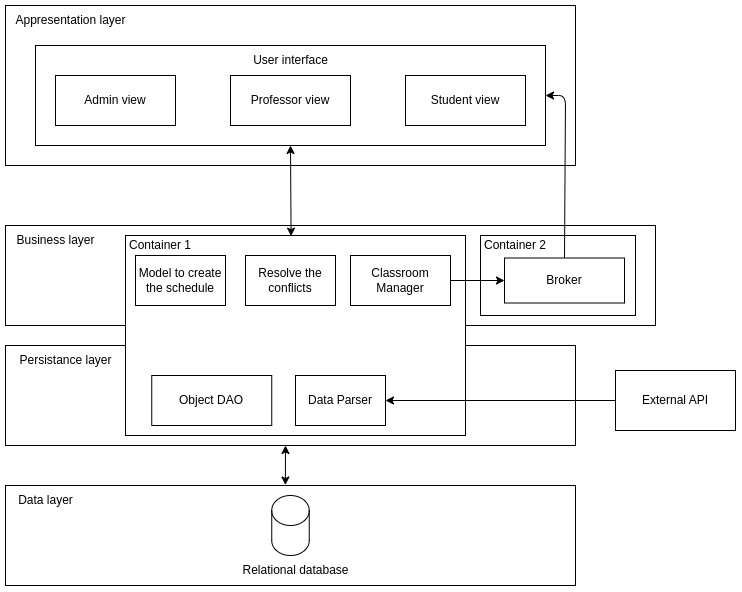
ClassManager-PEI/ClassManager-microsite keeps this draw.io diagram as public/highlevelarq.png. Above is the earlier version. Source tidied: cells renumbered, new cells last; positions are measured from the earlier drawing's top-left corner, leaving out a move shared by most shapes.
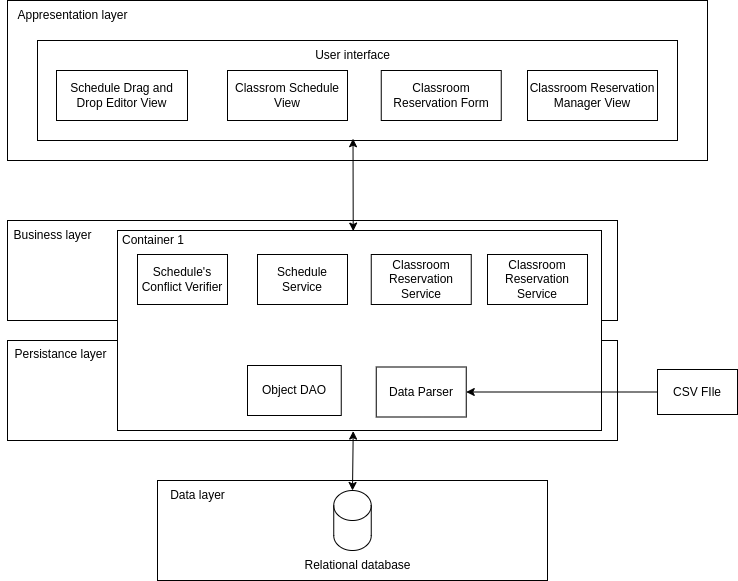
Above is the later version.

Diff of the diagram source:
```diff
@@ -1,72 +1,69 @@
-<mxGraphModel background="#ffffff">
+<mxGraphModel>
   <root>
     <mxCell id="0" />
     <mxCell id="1" parent="0" />
     <mxCell id="2" style="rounded=0;whiteSpace=wrap;html=1;" parent="1" vertex="1">
-      <mxGeometry y="220" width="650" height="100" as="geometry" />
+      <mxGeometry x="-60" y="220" width="610" height="100" as="geometry" />
     </mxCell>
-    <mxCell id="3" style="rounded=0;whiteSpace=wrap;html=1;" parent="1" vertex="1">
-      <mxGeometry x="475" y="230" width="155" height="80" as="geometry" />
-    </mxCell>
     <mxCell id="4" style="rounded=0;whiteSpace=wrap;html=1;" parent="1" vertex="1">
-      <mxGeometry y="340" width="570" height="100" as="geometry" />
+      <mxGeometry x="-60" y="340" width="610" height="100" as="geometry" />
     </mxCell>
     <mxCell id="5" style="rounded=0;whiteSpace=wrap;html=1;" parent="1" vertex="1">
-      <mxGeometry x="120" y="230" width="340" height="200" as="geometry" />
+      <mxGeometry x="50" y="230" width="484" height="200" as="geometry" />
     </mxCell>
     <mxCell id="6" style="rounded=0;whiteSpace=wrap;html=1;" parent="1" vertex="1">
-      <mxGeometry width="570" height="160" as="geometry" />
+      <mxGeometry x="-60" width="700" height="160" as="geometry" />
     </mxCell>
     <mxCell id="7" style="rounded=0;whiteSpace=wrap;html=1;" parent="1" vertex="1">
-      <mxGeometry y="480" width="570" height="100" as="geometry" />
+      <mxGeometry x="90" y="480" width="390" height="100" as="geometry" />
     </mxCell>
     <mxCell id="8" value="Appresentation layer" style="text;html=1;align=center;verticalAlign=middle;strokeColor=none;fillColor=none;" parent="1" vertex="1">
-      <mxGeometry width="130" height="30" as="geometry" />
+      <mxGeometry x="-60" width="130" height="30" as="geometry" />
     </mxCell>
     <mxCell id="9" value="Business layer" style="text;html=1;align=center;verticalAlign=middle;strokeColor=none;fillColor=none;" parent="1" vertex="1">
-      <mxGeometry y="220" width="100" height="30" as="geometry" />
+      <mxGeometry x="-65" y="220" width="100" height="30" as="geometry" />
     </mxCell>
     <mxCell id="10" value="Data layer" style="text;html=1;align=center;verticalAlign=middle;strokeColor=none;fillColor=none;" parent="1" vertex="1">
-      <mxGeometry y="480" width="80" height="30" as="geometry" />
+      <mxGeometry x="90" y="480" width="80" height="30" as="geometry" />
     </mxCell>
     <mxCell id="11" value="Persistance layer" style="text;html=1;align=center;verticalAlign=middle;strokeColor=none;fillColor=none;" parent="1" vertex="1">
-      <mxGeometry y="340" width="120" height="30" as="geometry" />
+      <mxGeometry x="-67" y="339" width="120" height="30" as="geometry" />
     </mxCell>
     <mxCell id="12" style="rounded=0;whiteSpace=wrap;html=1;" parent="1" vertex="1">
-      <mxGeometry x="30" y="40" width="510" height="100" as="geometry" />
+      <mxGeometry x="-30" y="40" width="640" height="100" as="geometry" />
     </mxCell>
     <mxCell id="13" value="User interface" style="text;html=1;align=center;verticalAlign=middle;strokeColor=none;fillColor=none;" parent="1" vertex="1">
       <mxGeometry x="235" y="40" width="100" height="30" as="geometry" />
     </mxCell>
-    <mxCell id="14" value="Model to create the schedule" style="rounded=0;whiteSpace=wrap;html=1;" parent="1" vertex="1">
-      <mxGeometry x="130" y="250" width="90" height="50" as="geometry" />
+    <mxCell id="14" value="Schedule's Conflict Verifier" style="rounded=0;whiteSpace=wrap;html=1;" parent="1" vertex="1">
+      <mxGeometry x="70" y="254" width="90" height="50" as="geometry" />
     </mxCell>
-    <mxCell id="15" value="Admin view" style="rounded=0;whiteSpace=wrap;html=1;" parent="1" vertex="1">
-      <mxGeometry x="50" y="70" width="120" height="50" as="geometry" />
+    <mxCell id="15" value="Schedule Drag and Drop Editor View" style="rounded=0;whiteSpace=wrap;html=1;" parent="1" vertex="1">
+      <mxGeometry x="-11" y="70" width="131" height="50" as="geometry" />
     </mxCell>
-    <mxCell id="16" value="Professor view" style="rounded=0;whiteSpace=wrap;html=1;" parent="1" vertex="1">
-      <mxGeometry x="225" y="70" width="120" height="50" as="geometry" />
+    <mxCell id="16" value="&lt;span style=&quot;color: rgb(0, 0, 0);&quot;&gt;Classrom Schedule View&lt;/span&gt;" style="rounded=0;whiteSpace=wrap;html=1;" parent="1" vertex="1">
+      <mxGeometry x="160" y="70" width="120" height="50" as="geometry" />
     </mxCell>
-    <mxCell id="17" value="Student view" style="rounded=0;whiteSpace=wrap;html=1;" parent="1" vertex="1">
-      <mxGeometry x="400" y="70" width="120" height="50" as="geometry" />
+    <mxCell id="17" value="Classroom Reservation Form" style="rounded=0;whiteSpace=wrap;html=1;" parent="1" vertex="1">
+      <mxGeometry x="313.8" y="70" width="120" height="50" as="geometry" />
     </mxCell>
-    <mxCell id="18" value="Classroom Manager" style="rounded=0;whiteSpace=wrap;html=1;" parent="1" vertex="1">
-      <mxGeometry x="345" y="250" width="100" height="50" as="geometry" />
+    <mxCell id="18" value="Classroom Reservation Service" style="rounded=0;whiteSpace=wrap;html=1;" parent="1" vertex="1">
+      <mxGeometry x="303.8" y="254" width="100" height="50" as="geometry" />
     </mxCell>
-    <mxCell id="19" value="Resolve the conflicts" style="rounded=0;whiteSpace=wrap;html=1;" parent="1" vertex="1">
-      <mxGeometry x="240" y="250" width="90" height="50" as="geometry" />
+    <mxCell id="19" value="Schedule Service" style="rounded=0;whiteSpace=wrap;html=1;" parent="1" vertex="1">
+      <mxGeometry x="190" y="254" width="90" height="50" as="geometry" />
     </mxCell>
     <mxCell id="20" value="Data Parser" style="rounded=0;whiteSpace=wrap;html=1;" parent="1" vertex="1">
-      <mxGeometry x="290" y="370" width="90" height="50" as="geometry" />
+      <mxGeometry x="308.8" y="366.5" width="90" height="50" as="geometry" />
     </mxCell>
-    <mxCell id="21" value="External API" style="rounded=0;whiteSpace=wrap;html=1;" parent="1" vertex="1">
-      <mxGeometry x="610" y="365" width="120" height="60" as="geometry" />
+    <mxCell id="21" value="CSV FIle" style="rounded=0;whiteSpace=wrap;html=1;" parent="1" vertex="1">
+      <mxGeometry x="590" y="369" width="80" height="45" as="geometry" />
     </mxCell>
     <mxCell id="22" style="endArrow=classic;html=1;rounded=0;exitX=0;exitY=0.5;exitDx=0;exitDy=0;entryX=1;entryY=0.5;entryDx=0;entryDy=0;" parent="1" edge="1" source="21" target="20">
       <mxGeometry relative="1" as="geometry" />
     </mxCell>
     <mxCell id="23" value="Object DAO" style="rounded=0;whiteSpace=wrap;html=1;" parent="1" vertex="1">
-      <mxGeometry x="146.2" y="370" width="120" height="50" as="geometry" />
+      <mxGeometry x="180" y="365" width="93.8" height="50" as="geometry" />
     </mxCell>
     <mxCell id="24" style="shape=cylinder3;whiteSpace=wrap;html=1;boundedLbl=1;backgroundOutline=1;size=15;" parent="1" vertex="1">
       <mxGeometry x="266.2" y="490" width="37.5" height="60" as="geometry" />
@@ -74,32 +71,20 @@
     <mxCell id="25" value="Relational database" style="text;html=1;align=center;verticalAlign=middle;strokeColor=none;fillColor=none;" parent="1" vertex="1">
       <mxGeometry x="225" y="550" width="130" height="30" as="geometry" />
     </mxCell>
-    <mxCell id="26" value="Broker" style="rounded=0;whiteSpace=wrap;html=1;" parent="1" vertex="1">
-      <mxGeometry x="499" y="252.5" width="120" height="45" as="geometry" />
-    </mxCell>
-    <mxCell id="27" style="endArrow=classic;html=1;entryX=0;entryY=0.5;entryDx=0;entryDy=0;exitX=1;exitY=0.5;exitDx=0;exitDy=0;" parent="1" edge="1" source="18" target="26">
-      <mxGeometry relative="1" as="geometry" />
-    </mxCell>
     <mxCell id="28" value="Container 1" style="text;html=1;align=center;verticalAlign=middle;whiteSpace=wrap;rounded=0;" parent="1" vertex="1">
-      <mxGeometry x="120" y="230" width="70" height="20" as="geometry" />
+      <mxGeometry x="51" y="230" width="70" height="20" as="geometry" />
     </mxCell>
-    <mxCell id="29" value="Container 2" style="text;html=1;align=center;verticalAlign=middle;whiteSpace=wrap;rounded=0;" parent="1" vertex="1">
-      <mxGeometry x="475" y="230" width="70" height="20" as="geometry" />
-    </mxCell>
-    <mxCell id="30" style="edgeStyle=none;html=1;exitX=0.5;exitY=0;exitDx=0;exitDy=0;entryX=1;entryY=0.5;entryDx=0;entryDy=0;" parent="1" edge="1" source="26" target="12">
-      <mxGeometry relative="1" as="geometry">
-        <Array as="points">
-          <mxPoint x="560" y="90" />
-        </Array>
-      </mxGeometry>
-    </mxCell>
-    <mxCell id="31" style="endArrow=classic;startArrow=classic;html=1;entryX=0.5;entryY=1;entryDx=0;entryDy=0;exitX=0.487;exitY=0.003;exitDx=0;exitDy=0;exitPerimeter=0;" parent="1" edge="1" source="5" target="12">
+    <mxCell id="31" style="endArrow=classic;startArrow=classic;html=1;entryX=0.493;entryY=0.982;entryDx=0;entryDy=0;exitX=0.487;exitY=0.003;exitDx=0;exitDy=0;exitPerimeter=0;entryPerimeter=0;" parent="1" edge="1" source="5" target="12">
       <mxGeometry relative="1" as="geometry" />
     </mxCell>
-    <mxCell id="32" style="endArrow=classic;startArrow=classic;html=1;entryX=0.5;entryY=1;entryDx=0;entryDy=0;exitX=0.491;exitY=-0.005;exitDx=0;exitDy=0;exitPerimeter=0;" parent="1" edge="1" source="7">
-      <mxGeometry relative="1" as="geometry">
-        <mxPoint x="280" y="440" as="targetPoint" />
-      </mxGeometry>
+    <mxCell id="32" style="endArrow=classic;startArrow=classic;html=1;entryX=0.487;entryY=1.003;entryDx=0;entryDy=0;exitX=0.5;exitY=0;exitDx=0;exitDy=0;exitPerimeter=0;entryPerimeter=0;" parent="1" edge="1" source="24" target="5">
+      <mxGeometry relative="1" as="geometry" />
     </mxCell>
+    <mxCell id="33" value="Classroom Reservation Manager View" style="rounded=0;whiteSpace=wrap;html=1;" parent="1" vertex="1">
+      <mxGeometry x="460" y="70" width="130" height="50" as="geometry" />
+    </mxCell>
+    <mxCell id="34" value="Classroom Reservation Service" style="rounded=0;whiteSpace=wrap;html=1;" parent="1" vertex="1">
+      <mxGeometry x="420" y="254" width="100" height="50" as="geometry" />
+    </mxCell>
   </root>
 </mxGraphModel>
```
